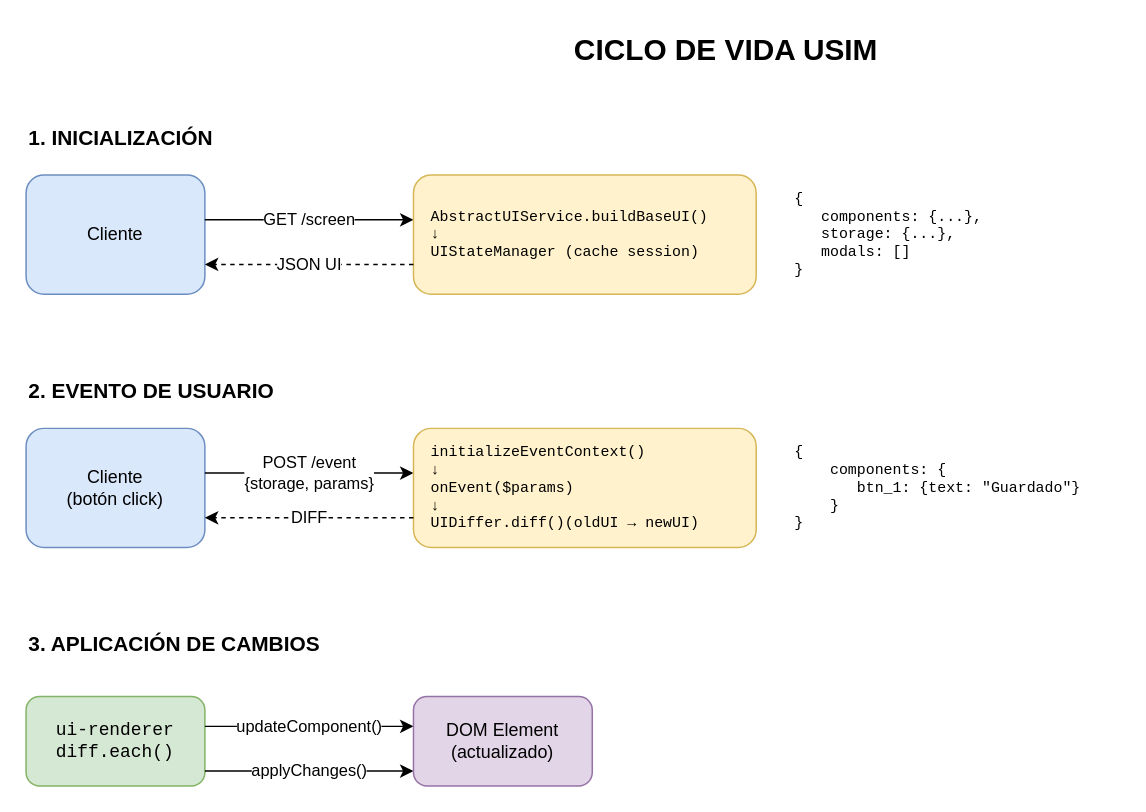
The draw.io diagram page "1. Ciclo de Vida USIM" (1 of 4) of docs/framework/USIM_DIAGRAMS.drawio in idei/usim-framework, before the edit. Source tidied: cells renumbered, new cells numbered last; positions are measured from the earlier drawing's top-left corner, leaving out a move shared by most shapes. Both pictures are drawn from the tidied source at 149%, with x=0, y=0 at pixel (25, 25).
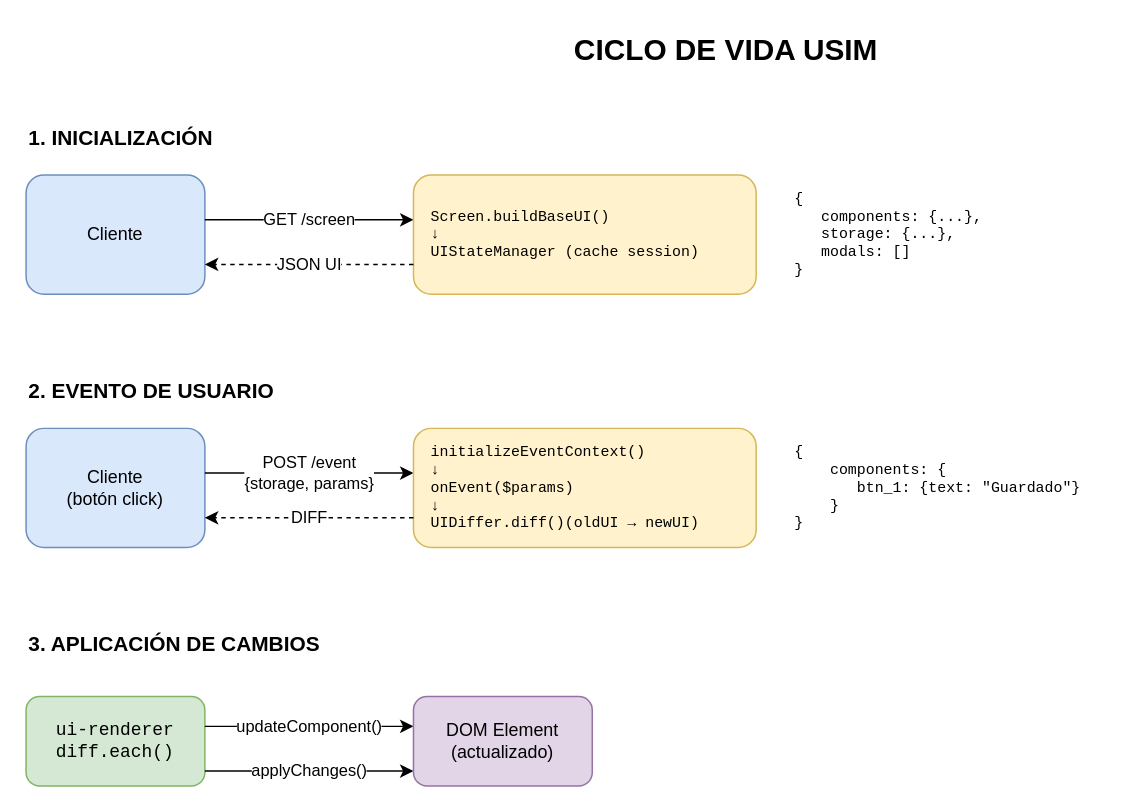
Above is the later version.

The edit, as a diff of the source:
```diff
@@
-    <mxCell id="6" value="AbstractUIService.buildBaseUI()&lt;br&gt;↓&lt;br&gt;UIStateManager (cache session)" style="rounded=1;html=1;fillColor=#fff2cc;strokeColor=#d6b656;align=left;fontFamily=Courier New;spacingLeft=10;fontSize=10;fontColor=default;whiteSpace=wrap;" parent="1" vertex="1">
+    <mxCell id="6" value="Screen.buildBaseUI()&lt;br&gt;↓&lt;br&gt;UIStateManager (cache session)" style="rounded=1;html=1;fillColor=#fff2cc;strokeColor=#d6b656;align=left;fontFamily=Courier New;spacingLeft=10;fontSize=10;fontColor=default;whiteSpace=wrap;" parent="1" vertex="1">
       <mxGeometry x="260" y="100" width="230" height="80" as="geometry" />
     </mxCell>
```
